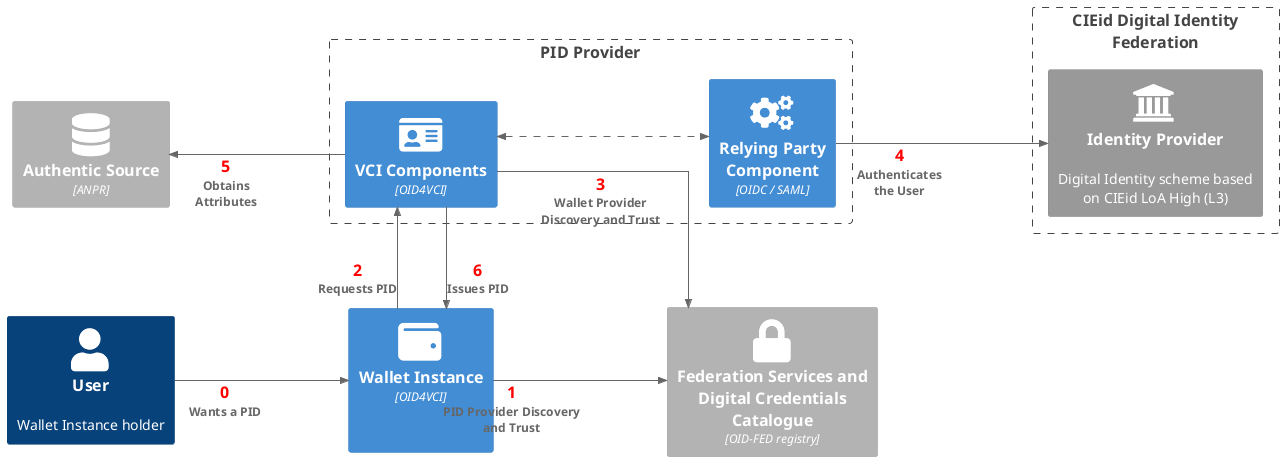
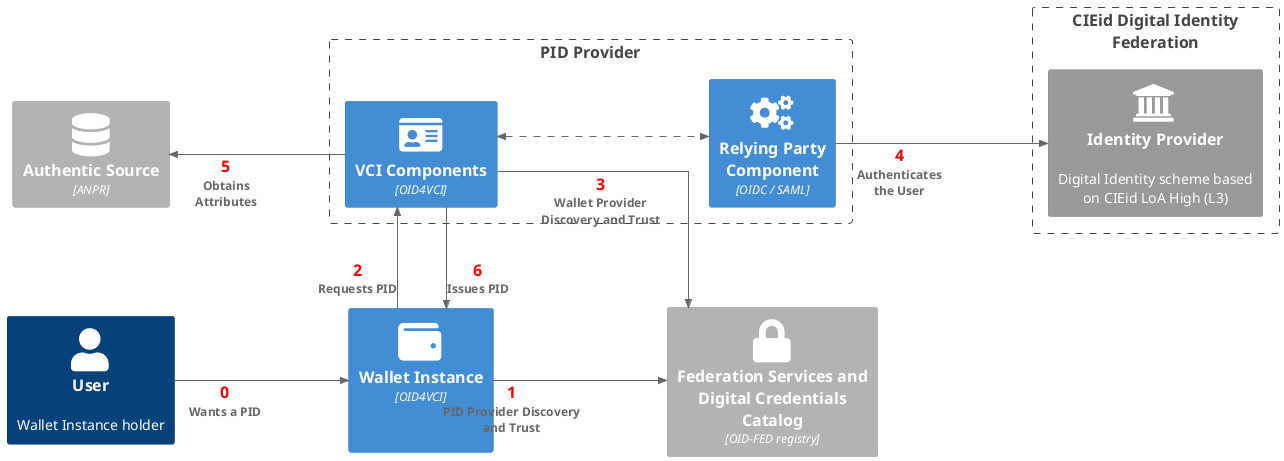
@startuml High-Level PID Issuance Flow
!include <C4/C4_Container>

HIDE_STEREOTYPE()
LAYOUT_LEFT_RIGHT()

skinparam linetype ortho
skinparam nodesep 100
skinparam ranksep 170

' Define SPRITES
!include <tupadr3/common>
!include <tupadr3/font-awesome-5/certificate>
!include <tupadr3/font-awesome-5/database>
!include <tupadr3/font-awesome-5/lock>
!include <tupadr3/font-awesome-5/users>
!include <tupadr3/font-awesome-5/cogs>
!include <tupadr3/font-awesome-5/server>
!include <tupadr3/font-awesome-5/key>
!include <tupadr3/font-awesome-5/user>
!include <tupadr3/font-awesome-5/id_card>
!include <tupadr3/font-awesome-5/exchange_alt>
!include <tupadr3/font-awesome-5/desktop>
!include <tupadr3/font-awesome-5/wallet>
!include <tupadr3/font-awesome/institution>

AddRelTag("async", $textColor=$ARROW_FONT_COLOR, $lineColor=$ARROW_COLOR, $lineStyle=DashedLine())

Person(user, "User", "Wallet Instance holder")
Container(wi, "Wallet Instance", "OID4VCI", " ", $sprite="wallet")
Boundary(pidProvider, "PID Provider") {
    Container(vci, "VCI Components", "OID4VCI", "",$sprite="id_card")
    Container(rp, "Relying Party Component", "OIDC / SAML", "",$sprite="cogs")
}
Boundary(IdentityProvider, "CIEid Digital Identity\n Federation") {
    System_Ext(idp, "Identity Provider", "Digital Identity scheme based on CIEid LoA High (L3)", $sprite="institution")
}
Container_Ext(as, "Authentic Source", "ANPR", "",$sprite="database")
- Container_Ext(ta, "Federation Services and Digital Credentials Catalogue", "OID-FED registry", "",$sprite="lock")
+ Container_Ext(ta, "Federation Services and Digital Credentials Catalog", "OID-FED registry", "",$sprite="lock")

Rel(user,wi,"<size:16><color red><b>0</b></color></size>\nWants a PID","")
Rel(wi,ta,"<size:16><color red><b>1</b></color></size>\nPID Provider Discovery\nand Trust","")
Rel(wi,vci,"<size:16><color red><b>2</b></color></size>\nRequests PID","")
Rel(vci,ta,"<size:16><color red><b>3</b></color></size>\nWallet Provider Discovery and Trust","")
Rel(rp,idp,"<size:16><color red><b>4</b></color></size>\nAuthenticates\nthe User","")
Rel_U(vci,as,"<size:16><color red><b>5</b></color></size>\nObtains\nAttributes","")
BiRel(vci,rp,"","",$tags="async")
Rel(vci,wi,"<size:16><color red><b>6</b></color></size>\nIssues PID","")
@enduml